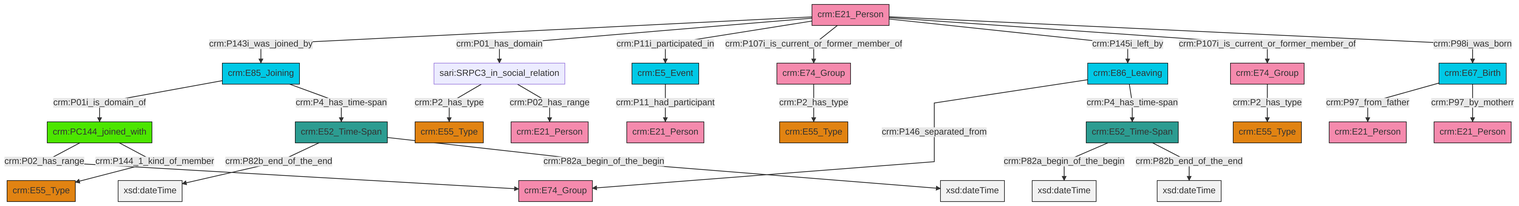
Earlier version of the Mermaid export et/personCSV/ttl/mmd/png/Person_Actor_Relations.png (swiss-art-research-net/docs.swissartresearch). Its source is kept beside it as et/personCSV/ttl/mmd/Person_Actor_Relations.ttl.mmd.
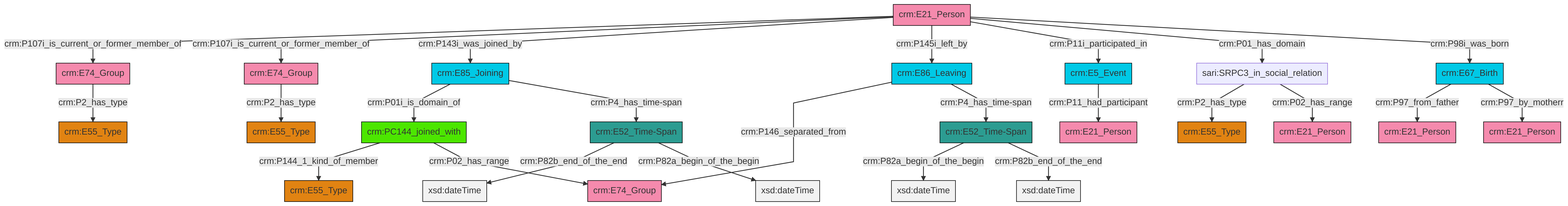
After the change.

Diff of the diagram source:
```diff
@@ -13,27 +13,27 @@
 classDef PC_Classes fill:#4ce600, stroke:#000000;
 classDef Multi fill:#cccccc,stroke:#000000;
 
-2["crm:E52_Time-Span"]:::Time-Span -->|crm:P82a_begin_of_the_begin| 3[xsd:dateTime]:::Literal
-0["crm:E67_Birth"]:::Temporal_Entity -->|crm:P97_from_father| 4["crm:E21_Person"]:::Actor
-8["crm:E21_Person"]:::Actor -->|crm:P143i_was_joined_by| 5["crm:E85_Joining"]:::Temporal_Entity
-9["sari:SRPC3_in_social_relation"]:::Default -->|crm:P2_has_type| 10["crm:E55_Type"]:::Type
-0["crm:E67_Birth"]:::Temporal_Entity -->|crm:P97_by_motherr| 11["crm:E21_Person"]:::Actor
-8["crm:E21_Person"]:::Actor -->|crm:P01_has_domain| 9["sari:SRPC3_in_social_relation"]:::Default
-12["crm:E74_Group"]:::Actor -->|crm:P2_has_type| 17["crm:E55_Type"]:::Type
-23["crm:E52_Time-Span"]:::Time-Span -->|crm:P82b_end_of_the_end| 24[xsd:dateTime]:::Literal
-25["crm:PC144_joined_with"]:::PC_Classes -->|crm:P02_has_range| 27["crm:E74_Group"]:::Actor
-9["sari:SRPC3_in_social_relation"]:::Default -->|crm:P02_has_range| 28["crm:E21_Person"]:::Actor
-8["crm:E21_Person"]:::Actor -->|crm:P11i_participated_in| 32["crm:E5_Event"]:::Temporal_Entity
-25["crm:PC144_joined_with"]:::PC_Classes -->|crm:P144_1_kind_of_member| 15["crm:E55_Type"]:::Type
-34["crm:E86_Leaving"]:::Temporal_Entity -->|crm:P146_separated_from| 27["crm:E74_Group"]:::Actor
-2["crm:E52_Time-Span"]:::Time-Span -->|crm:P82b_end_of_the_end| 35[xsd:dateTime]:::Literal
-5["crm:E85_Joining"]:::Temporal_Entity -->|crm:P01i_is_domain_of| 25["crm:PC144_joined_with"]:::PC_Classes
-32["crm:E5_Event"]:::Temporal_Entity -->|crm:P11_had_participant| 37["crm:E21_Person"]:::Actor
-8["crm:E21_Person"]:::Actor -->|crm:P107i_is_current_or_former_member_of| 38["crm:E74_Group"]:::Actor
-38["crm:E74_Group"]:::Actor -->|crm:P2_has_type| 21["crm:E55_Type"]:::Type
-8["crm:E21_Person"]:::Actor -->|crm:P145i_left_by| 34["crm:E86_Leaving"]:::Temporal_Entity
-8["crm:E21_Person"]:::Actor -->|crm:P107i_is_current_or_former_member_of| 12["crm:E74_Group"]:::Actor
-34["crm:E86_Leaving"]:::Temporal_Entity -->|crm:P4_has_time-span| 2["crm:E52_Time-Span"]:::Time-Span
-5["crm:E85_Joining"]:::Temporal_Entity -->|crm:P4_has_time-span| 23["crm:E52_Time-Span"]:::Time-Span
-8["crm:E21_Person"]:::Actor -->|crm:P98i_was_born| 0["crm:E67_Birth"]:::Temporal_Entity
-23["crm:E52_Time-Span"]:::Time-Span -->|crm:P82a_begin_of_the_begin| 46[xsd:dateTime]:::Literal
+0["crm:E21_Person"]:::Actor -->|crm:P107i_is_current_or_former_member_of| 1["crm:E74_Group"]:::Actor
+4["crm:E85_Joining"]:::Temporal_Entity -->|crm:P01i_is_domain_of| 5["crm:PC144_joined_with"]:::PC_Classes
+6["crm:E5_Event"]:::Temporal_Entity -->|crm:P11_had_participant| 2["crm:E21_Person"]:::Actor
+4["crm:E85_Joining"]:::Temporal_Entity -->|crm:P4_has_time-span| 9["crm:E52_Time-Span"]:::Time-Span
+9["crm:E52_Time-Span"]:::Time-Span -->|crm:P82b_end_of_the_end| 11[xsd:dateTime]:::Literal
+14["crm:E52_Time-Span"]:::Time-Span -->|crm:P82a_begin_of_the_begin| 16[xsd:dateTime]:::Literal
+0["crm:E21_Person"]:::Actor -->|crm:P107i_is_current_or_former_member_of| 27["crm:E74_Group"]:::Actor
+12["crm:E86_Leaving"]:::Temporal_Entity -->|crm:P146_separated_from| 29["crm:E74_Group"]:::Actor
+5["crm:PC144_joined_with"]:::PC_Classes -->|crm:P144_1_kind_of_member| 19["crm:E55_Type"]:::Type
+31["sari:SRPC3_in_social_relation"]:::Default -->|crm:P2_has_type| 23["crm:E55_Type"]:::Type
+0["crm:E21_Person"]:::Actor -->|crm:P143i_was_joined_by| 4["crm:E85_Joining"]:::Temporal_Entity
+35["crm:E67_Birth"]:::Temporal_Entity -->|crm:P97_from_father| 21["crm:E21_Person"]:::Actor
+5["crm:PC144_joined_with"]:::PC_Classes -->|crm:P02_has_range| 29["crm:E74_Group"]:::Actor
+0["crm:E21_Person"]:::Actor -->|crm:P145i_left_by| 12["crm:E86_Leaving"]:::Temporal_Entity
+0["crm:E21_Person"]:::Actor -->|crm:P11i_participated_in| 6["crm:E5_Event"]:::Temporal_Entity
+12["crm:E86_Leaving"]:::Temporal_Entity -->|crm:P4_has_time-span| 14["crm:E52_Time-Span"]:::Time-Span
+0["crm:E21_Person"]:::Actor -->|crm:P01_has_domain| 31["sari:SRPC3_in_social_relation"]:::Default
+31["sari:SRPC3_in_social_relation"]:::Default -->|crm:P02_has_range| 7["crm:E21_Person"]:::Actor
+0["crm:E21_Person"]:::Actor -->|crm:P98i_was_born| 35["crm:E67_Birth"]:::Temporal_Entity
+9["crm:E52_Time-Span"]:::Time-Span -->|crm:P82a_begin_of_the_begin| 41[xsd:dateTime]:::Literal
+14["crm:E52_Time-Span"]:::Time-Span -->|crm:P82b_end_of_the_end| 42[xsd:dateTime]:::Literal
+35["crm:E67_Birth"]:::Temporal_Entity -->|crm:P97_by_motherr| 43["crm:E21_Person"]:::Actor
+1["crm:E74_Group"]:::Actor -->|crm:P2_has_type| 25["crm:E55_Type"]:::Type
+27["crm:E74_Group"]:::Actor -->|crm:P2_has_type| 17["crm:E55_Type"]:::Type
```
